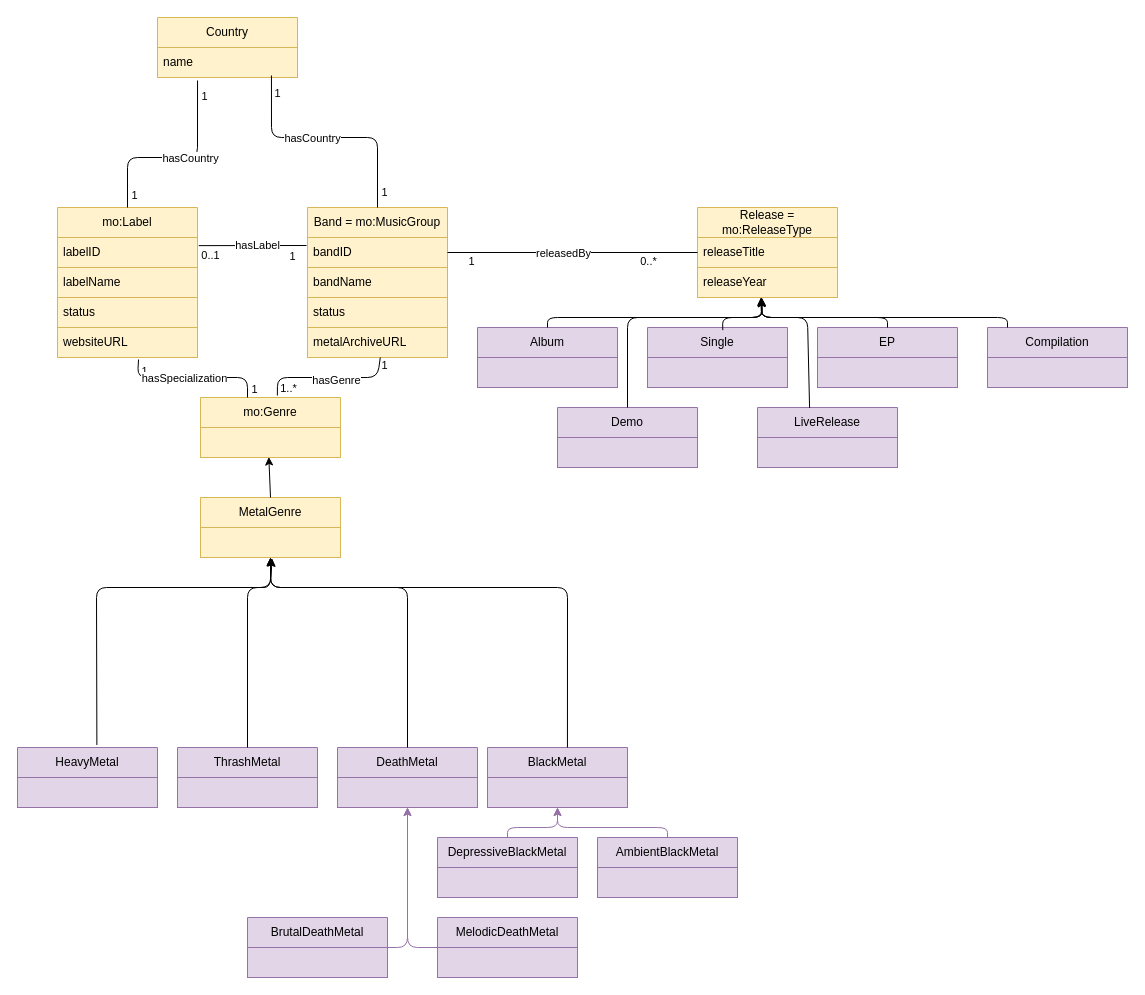
This is docs/uml-diagram.drawio from OceanBerlinghieri/ontometal, a draw.io file, before an edit. Source tidied: cells renumbered, new cells numbered last; positions are measured from the earlier drawing's top-left corner, leaving out a move shared by most shapes. Both pictures are drawn from the tidied source at 100%, with x=0, y=0 at pixel (17, 17).
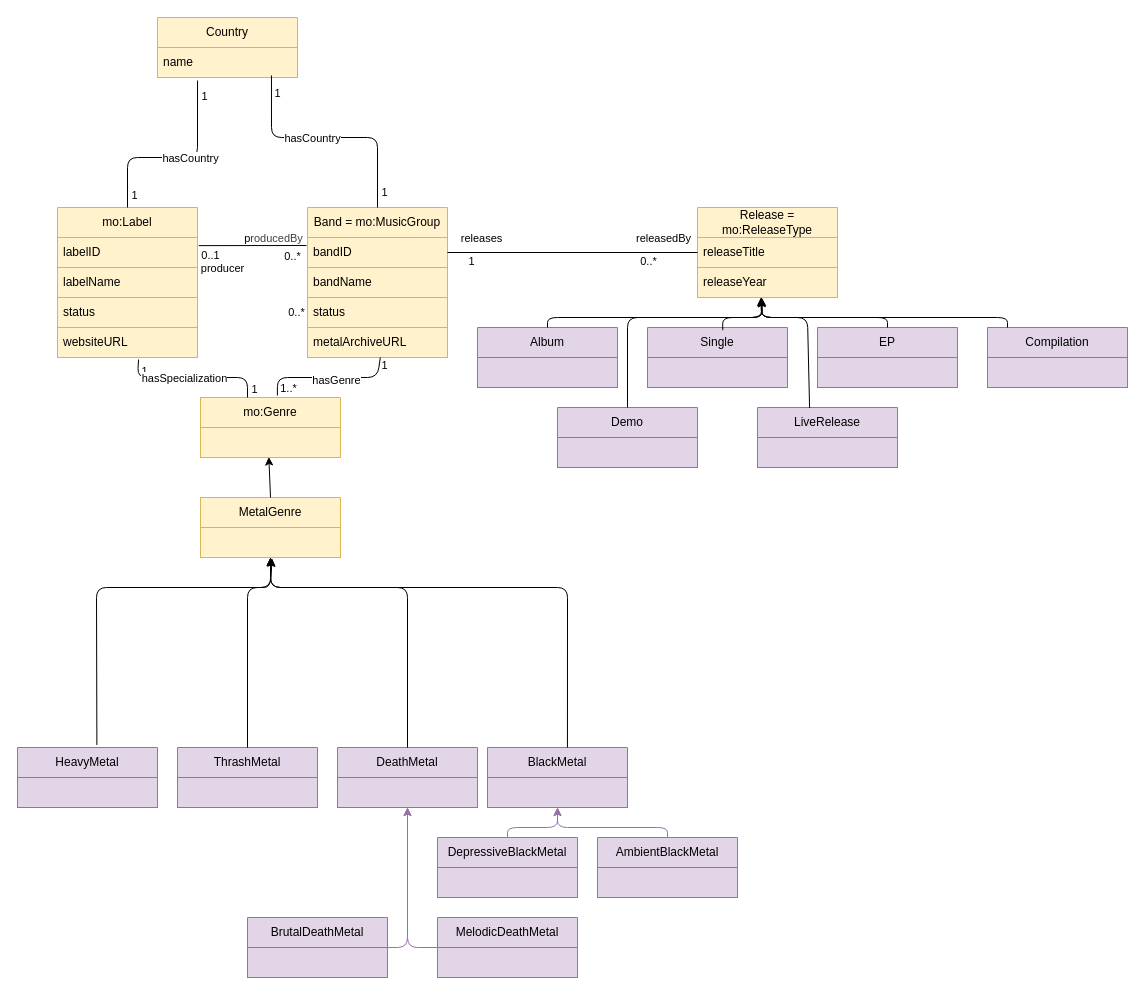
After the change.

Commit message (it also covers changes not shown here):
Object properties defined (#3)

Unchanged cells that the change refers to:
```xml
<mxCell id="23" style="endArrow=none;html=1;exitX=1;exitY=0.5;exitDx=0;exitDy=0;entryX=0;entryY=0.5;entryDx=0;entryDy=0;" parent="1" edge="1" source="3" target="15">
  <mxGeometry relative="1" as="geometry" />
</mxCell>
<mxCell id="27" style="endArrow=none;html=1;exitX=1.009;exitY=0.271;exitDx=0;exitDy=0;exitPerimeter=0;" parent="1" edge="1" source="10">
  <mxGeometry relative="1" as="geometry">
    <mxPoint x="289" y="228" as="targetPoint" />
  </mxGeometry>
</mxCell>
```

The edit, as a diff of the source:
```diff
@@
     <mxCell id="26" value="releasedBy" style="edgeLabel;html=1;align=center;verticalAlign=middle;" parent="23" vertex="1">
-      <mxGeometry x="-0.08" relative="1" as="geometry" />
+      <mxGeometry x="-0.08" relative="1" as="geometry">
+        <mxPoint x="100" y="-15" as="offset" />
+      </mxGeometry>
     </mxCell>
@@
-    <mxCell id="28" value="1" style="edgeLabel;html=1;align=center;verticalAlign=middle;" parent="27" vertex="1">
+    <mxCell id="28" value="0..*" style="edgeLabel;html=1;align=center;verticalAlign=middle;" parent="27" vertex="1">
       <mxGeometry x="0.72" y="-2" relative="1" as="geometry">
         <mxPoint y="8" as="offset" />
       </mxGeometry>
     </mxCell>
@@
-    <mxCell id="30" value="hasLabel" style="edgeLabel;html=1;align=center;verticalAlign=middle;" parent="27" vertex="1">
-      <mxGeometry x="0.07" y="1" relative="1" as="geometry" />
+    <mxCell id="30" value="p&lt;span style=&quot;color: rgb(63, 63, 63); background-color: light-dark(#ffffff, var(--ge-dark-color, #121212));&quot;&gt;roducedBy&lt;/span&gt;" style="edgeLabel;html=1;align=center;verticalAlign=middle;" parent="27" vertex="1">
+      <mxGeometry x="0.07" y="1" relative="1" as="geometry">
+        <mxPoint x="16" y="-7" as="offset" />
+      </mxGeometry>
     </mxCell>
+    <mxCell id="88" value="producer" style="edgeLabel;html=1;align=center;verticalAlign=middle;" parent="27" vertex="1">
+      <mxGeometry x="-0.28" y="3" relative="1" as="geometry">
+        <mxPoint x="-16" y="25" as="offset" />
+      </mxGeometry>
+    </mxCell>
@@
+    <mxCell id="89" value="0..*" style="edgeLabel;html=1;align=center;verticalAlign=middle;" parent="1" vertex="1">
+      <mxGeometry x="300" y="235" as="geometry">
+        <mxPoint x="-22" y="59" as="offset" />
+      </mxGeometry>
+    </mxCell>
+    <mxCell id="90" value="releases" style="edgeLabel;html=1;align=center;verticalAlign=middle;" parent="1" vertex="1">
+      <mxGeometry x="460" y="220" as="geometry">
+        <mxPoint x="3" as="offset" />
+      </mxGeometry>
+    </mxCell>
```
